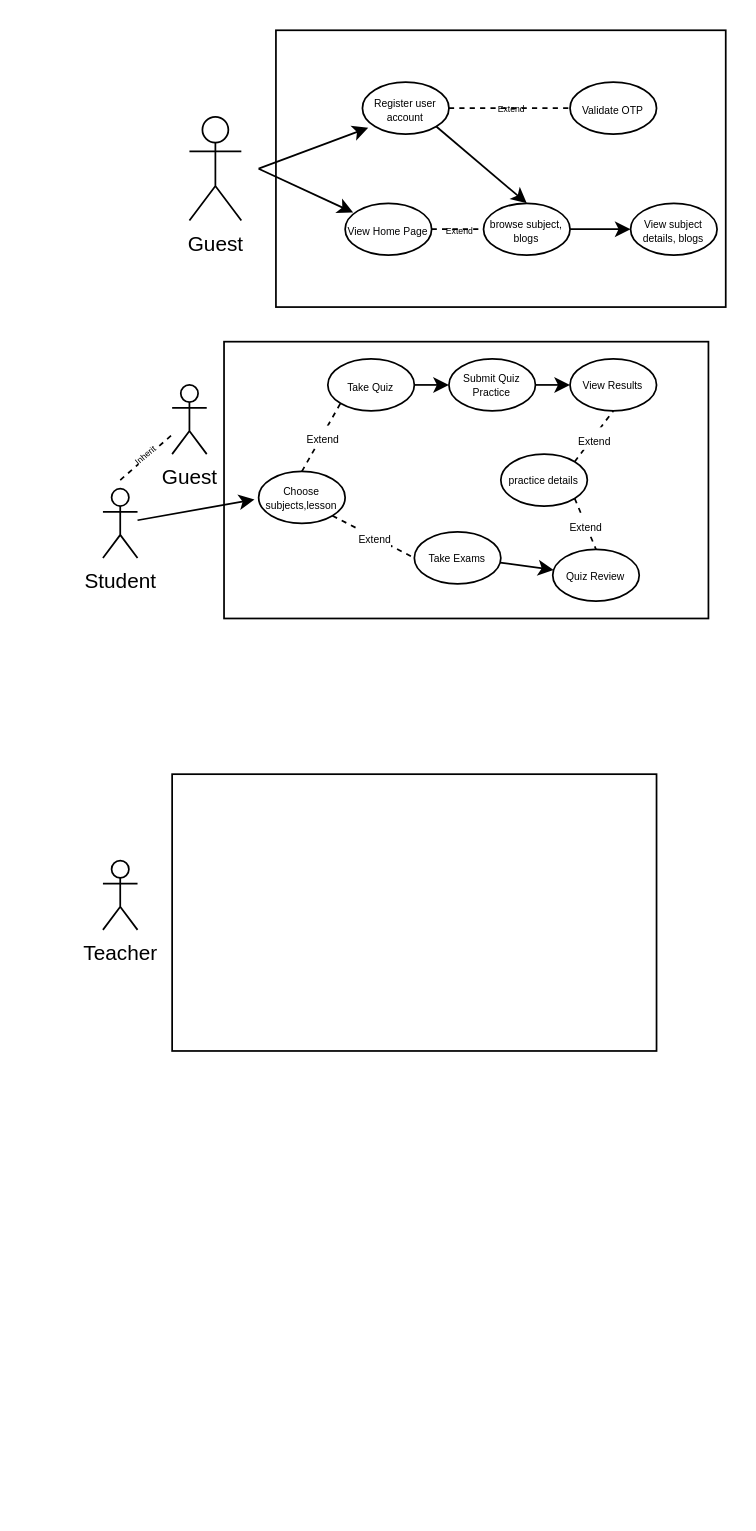
Earlier version of the draw.io diagram Untitled Diagram.drawio (ChelleRech3/Use-case-diagram). Source tidied: cells renumbered, new cells numbered last; positions are measured from the earlier drawing's top-left corner, leaving out a move shared by most shapes. Both pictures are drawn from the tidied source at 173%, with x=0, y=0 at pixel (102, 29).
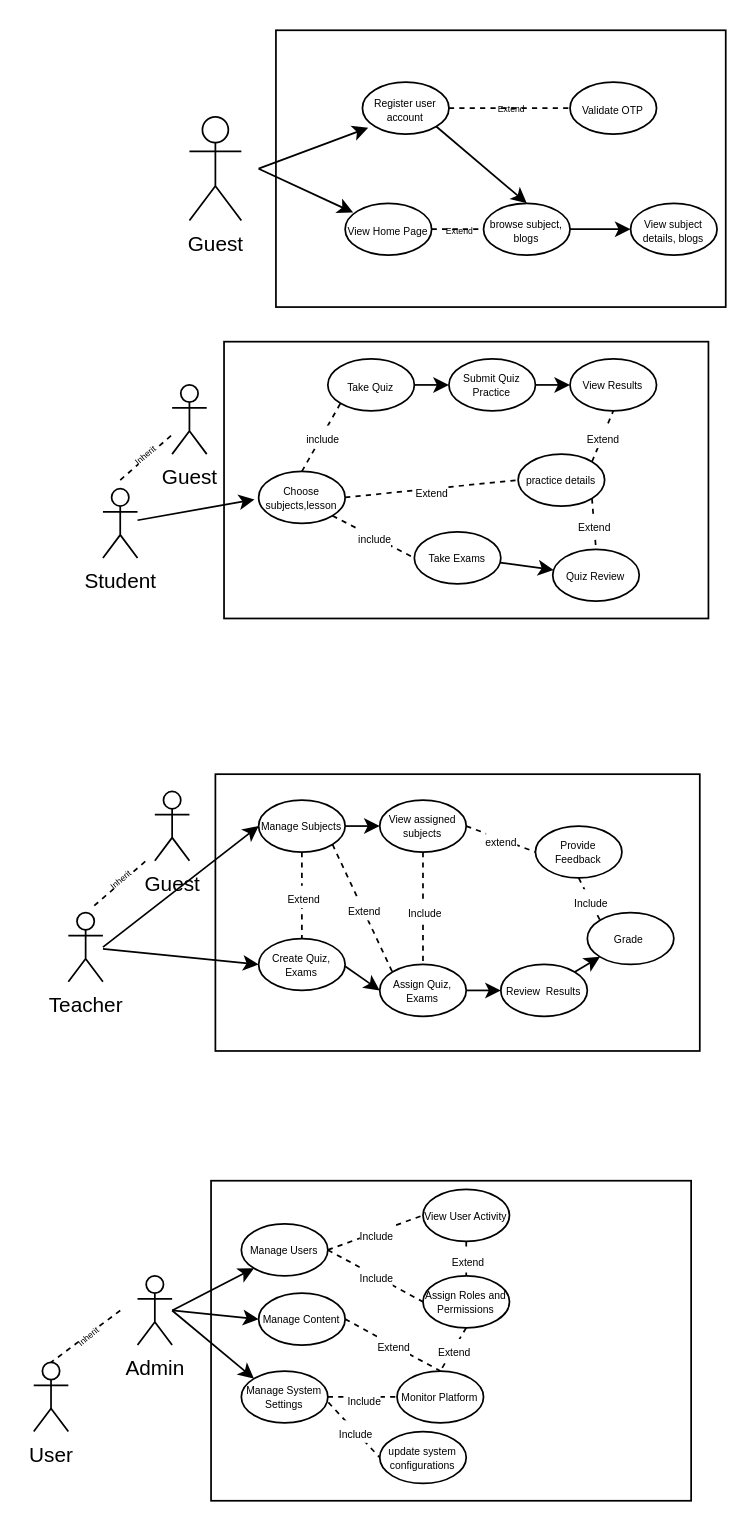
The same diagram, later.

The change refers to these unchanged cells:
```xml
<mxCell id="30" value="&lt;p style=&quot;line-height: 50%;&quot;&gt;&lt;font style=&quot;font-size: 6px;&quot;&gt;Choose subjects,lesson&lt;/font&gt;&lt;/p&gt;" style="ellipse;whiteSpace=wrap;html=1;fontFamily=Helvetica;fontSize=11;fontColor=default;labelBackgroundColor=none;" parent="1" vertex="1">
  <mxGeometry x="90" y="255" width="50" height="30" as="geometry" />
</mxCell>
<mxCell id="34" style="endArrow=none;html=1;rounded=0;strokeColor=default;align=center;verticalAlign=middle;fontFamily=Helvetica;fontSize=11;fontColor=default;labelBackgroundColor=default;jumpSize=31;exitX=0.5;exitY=0;exitDx=0;exitDy=0;entryX=0;entryY=1;entryDx=0;entryDy=0;endFill=0;dashed=1;" parent="1" edge="1" source="30" target="23">
  <mxGeometry relative="1" as="geometry" />
</mxCell>
<mxCell id="36" style="endArrow=none;html=1;rounded=0;strokeColor=default;align=center;verticalAlign=middle;fontFamily=Helvetica;fontSize=11;fontColor=default;labelBackgroundColor=default;jumpSize=31;exitX=1;exitY=1;exitDx=0;exitDy=0;entryX=0;entryY=0.5;entryDx=0;entryDy=0;endFill=0;dashed=1;" parent="1" edge="1" source="30" target="29">
  <mxGeometry relative="1" as="geometry" />
</mxCell>
```

The edit, as a diff of the source:
```diff
@@
     <mxCell id="4" value="Teacher" style="shape=umlActor;verticalLabelPosition=bottom;verticalAlign=top;html=1;" parent="1" vertex="1">
-      <mxGeometry y="480" width="20" height="40" as="geometry" />
+      <mxGeometry x="-20" y="510" width="20" height="40" as="geometry" />
     </mxCell>
@@
     <mxCell id="33" value="&lt;p style=&quot;line-height: 50%;&quot;&gt;&lt;font style=&quot;font-size: 6px;&quot;&gt;practice details&lt;/font&gt;&lt;/p&gt;" style="ellipse;fontFamily=Helvetica;fontSize=11;fontColor=default;labelBackgroundColor=none;html=1;whiteSpace=wrap;" parent="1" vertex="1">
-      <mxGeometry x="230" y="245" width="50" height="30" as="geometry" />
+      <mxGeometry x="240" y="245" width="50" height="30" as="geometry" />
     </mxCell>
@@
-    <mxCell id="35" value="&lt;font style=&quot;font-size: 6px;&quot;&gt;Extend&lt;/font&gt;" style="edgeLabel;html=1;align=center;verticalAlign=middle;fontFamily=Helvetica;fontSize=11;fontColor=default;labelBackgroundColor=default;" parent="34" vertex="1">
+    <mxCell id="35" value="&lt;span style=&quot;font-size: 6px;&quot;&gt;include&lt;/span&gt;" style="edgeLabel;html=1;align=center;verticalAlign=middle;fontFamily=Helvetica;fontSize=11;fontColor=default;labelBackgroundColor=default;" parent="34" vertex="1">
       <mxGeometry relative="1" as="geometry" />
     </mxCell>
@@
-    <mxCell id="37" value="&lt;font style=&quot;font-size: 6px;&quot;&gt;Extend&lt;/font&gt;" style="edgeLabel;html=1;align=center;verticalAlign=middle;fontFamily=Helvetica;fontSize=11;fontColor=default;labelBackgroundColor=default;" parent="36" vertex="1">
+    <mxCell id="37" value="&lt;span style=&quot;font-size: 6px;&quot;&gt;include&lt;/span&gt;" style="edgeLabel;html=1;align=center;verticalAlign=middle;fontFamily=Helvetica;fontSize=11;fontColor=default;labelBackgroundColor=default;" parent="36" vertex="1">
       <mxGeometry relative="1" as="geometry" />
     </mxCell>
@@
     <mxCell id="42" style="rounded=0;whiteSpace=wrap;html=1;fontFamily=Helvetica;fontSize=11;fontColor=default;labelBackgroundColor=default;" parent="1" vertex="1">
-      <mxGeometry x="40" y="430" width="280" height="160" as="geometry" />
+      <mxGeometry x="65" y="430" width="280" height="160" as="geometry" />
     </mxCell>
+    <mxCell id="43" value="&lt;p style=&quot;line-height: 50%;&quot;&gt;&lt;font style=&quot;font-size: 6px;&quot;&gt;View assigned subjects&lt;/font&gt;&lt;/p&gt;" style="ellipse;whiteSpace=wrap;html=1;fontFamily=Helvetica;fontSize=11;fontColor=default;labelBackgroundColor=none;" parent="1" vertex="1">
+      <mxGeometry x="160" y="445" width="50" height="30" as="geometry" />
+    </mxCell>
+    <mxCell id="44" value="&lt;p style=&quot;line-height: 50%;&quot;&gt;&lt;font style=&quot;font-size: 6px;&quot;&gt;Provide Feedback&lt;/font&gt;&lt;/p&gt;" style="ellipse;whiteSpace=wrap;html=1;fontFamily=Helvetica;fontSize=11;fontColor=default;labelBackgroundColor=none;" parent="1" vertex="1">
+      <mxGeometry x="250" y="460" width="50" height="30" as="geometry" />
+    </mxCell>
+    <mxCell id="45" value="&lt;p style=&quot;line-height: 50%;&quot;&gt;&lt;font style=&quot;font-size: 6px;&quot;&gt;Assign Quiz, Exams&lt;/font&gt;&lt;/p&gt;" style="ellipse;whiteSpace=wrap;html=1;fontFamily=Helvetica;fontSize=11;fontColor=default;labelBackgroundColor=none;" parent="1" vertex="1">
+      <mxGeometry x="160" y="540" width="50" height="30" as="geometry" />
+    </mxCell>
+    <mxCell id="46" value="&lt;p style=&quot;line-height: 50%;&quot;&gt;&lt;font style=&quot;font-size: 6px;&quot;&gt;Manage Subjects&lt;/font&gt;&lt;/p&gt;" style="ellipse;whiteSpace=wrap;html=1;fontFamily=Helvetica;fontSize=11;fontColor=default;labelBackgroundColor=none;" parent="1" vertex="1">
+      <mxGeometry x="90" y="445" width="50" height="30" as="geometry" />
+    </mxCell>
+    <mxCell id="47" value="&lt;p style=&quot;line-height: 50%;&quot;&gt;&lt;font style=&quot;font-size: 6px;&quot;&gt;Review&amp;nbsp; Results&lt;/font&gt;&lt;/p&gt;" style="ellipse;whiteSpace=wrap;html=1;fontFamily=Helvetica;fontSize=11;fontColor=default;labelBackgroundColor=none;" parent="1" vertex="1">
+      <mxGeometry x="230" y="540" width="50" height="30" as="geometry" />
+    </mxCell>
+    <mxCell id="48" value="&lt;p style=&quot;line-height: 50%;&quot;&gt;&lt;font style=&quot;font-size: 6px;&quot;&gt;Create Quiz, Exams&lt;/font&gt;&lt;/p&gt;" style="ellipse;whiteSpace=wrap;html=1;fontFamily=Helvetica;fontSize=11;fontColor=default;labelBackgroundColor=none;" parent="1" vertex="1">
+      <mxGeometry x="90" y="525" width="50" height="30" as="geometry" />
+    </mxCell>
+    <mxCell id="49" value="&lt;p style=&quot;line-height: 50%;&quot;&gt;&lt;font style=&quot;font-size: 6px;&quot;&gt;Grade&amp;nbsp;&lt;/font&gt;&lt;/p&gt;" style="ellipse;whiteSpace=wrap;html=1;fontFamily=Helvetica;fontSize=11;fontColor=default;labelBackgroundColor=none;" parent="1" vertex="1">
+      <mxGeometry x="280" y="510" width="50" height="30" as="geometry" />
+    </mxCell>
+    <mxCell id="50" value="Guest&lt;div&gt;&lt;br&gt;&lt;/div&gt;" style="shape=umlActor;verticalLabelPosition=bottom;verticalAlign=top;html=1;" parent="1" vertex="1">
+      <mxGeometry x="30" y="440" width="20" height="40" as="geometry" />
+    </mxCell>
+    <mxCell id="51" style="endArrow=classic;html=1;rounded=0;entryX=0;entryY=0.5;entryDx=0;entryDy=0;" parent="1" edge="1" source="4" target="48">
+      <mxGeometry relative="1" as="geometry" />
+    </mxCell>
+    <mxCell id="52" style="endArrow=none;dashed=1;html=1;rounded=0;strokeColor=default;align=center;verticalAlign=middle;fontFamily=Helvetica;fontSize=11;fontColor=default;labelBackgroundColor=default;jumpSize=31;flowAnimation=0;shadow=0;" parent="1" edge="1">
+      <mxGeometry relative="1" as="geometry">
+        <mxPoint x="-5" y="506" as="sourcePoint" />
+        <mxPoint x="25" y="480" as="targetPoint" />
+      </mxGeometry>
+    </mxCell>
+    <mxCell id="53" value="&lt;p style=&quot;line-height: 50%;&quot;&gt;&lt;font style=&quot;font-size: 5px;&quot;&gt;Inherit&lt;/font&gt;&lt;/p&gt;" style="edgeLabel;html=1;align=center;verticalAlign=middle;fontFamily=Helvetica;fontSize=11;fontColor=default;labelBackgroundColor=default;rotation=-40;" parent="52" vertex="1">
+      <mxGeometry y="2" relative="1" as="geometry" />
+    </mxCell>
+    <mxCell id="54" style="endArrow=classic;html=1;rounded=0;entryX=0;entryY=0.5;entryDx=0;entryDy=0;" parent="1" edge="1" target="46">
+      <mxGeometry relative="1" as="geometry">
+        <mxPoint y="530" as="sourcePoint" />
+      </mxGeometry>
+    </mxCell>
+    <mxCell id="55" style="endArrow=none;html=1;rounded=0;strokeColor=default;align=center;verticalAlign=middle;fontFamily=Helvetica;fontSize=11;fontColor=default;labelBackgroundColor=default;jumpSize=31;exitX=0.5;exitY=1;exitDx=0;exitDy=0;entryX=0.5;entryY=0;entryDx=0;entryDy=0;endFill=0;dashed=1;" parent="1" edge="1" source="46" target="48">
+      <mxGeometry relative="1" as="geometry" />
+    </mxCell>
+    <mxCell id="56" value="&lt;font style=&quot;font-size: 6px;&quot;&gt;Extend&lt;/font&gt;" style="edgeLabel;html=1;align=center;verticalAlign=middle;fontFamily=Helvetica;fontSize=11;fontColor=default;labelBackgroundColor=default;" parent="55" vertex="1">
+      <mxGeometry relative="1" as="geometry" />
+    </mxCell>
+    <mxCell id="57" style="endArrow=classic;html=1;rounded=0;entryX=0;entryY=0.5;entryDx=0;entryDy=0;" parent="1" edge="1" target="45">
+      <mxGeometry relative="1" as="geometry">
+        <mxPoint x="140" y="541" as="sourcePoint" />
+      </mxGeometry>
+    </mxCell>
+    <mxCell id="58" style="endArrow=none;html=1;rounded=0;strokeColor=default;align=center;verticalAlign=middle;fontFamily=Helvetica;fontSize=11;fontColor=default;labelBackgroundColor=default;jumpSize=31;exitX=1;exitY=1;exitDx=0;exitDy=0;entryX=0;entryY=0;entryDx=0;entryDy=0;endFill=0;dashed=1;" parent="1" edge="1" source="46" target="45">
+      <mxGeometry relative="1" as="geometry" />
+    </mxCell>
+    <mxCell id="59" value="&lt;font style=&quot;font-size: 6px;&quot;&gt;Extend&lt;/font&gt;" style="edgeLabel;html=1;align=center;verticalAlign=middle;fontFamily=Helvetica;fontSize=11;fontColor=default;labelBackgroundColor=default;" parent="58" vertex="1">
+      <mxGeometry relative="1" as="geometry" />
+    </mxCell>
+    <mxCell id="60" style="endArrow=classic;html=1;rounded=0;entryX=0;entryY=0.5;entryDx=0;entryDy=0;exitX=1;exitY=0.5;exitDx=0;exitDy=0;" parent="1" edge="1" source="46" target="43">
+      <mxGeometry relative="1" as="geometry" />
+    </mxCell>
+    <mxCell id="61" style="endArrow=classic;html=1;rounded=0;entryX=0;entryY=0.5;entryDx=0;entryDy=0;exitX=1;exitY=0.5;exitDx=0;exitDy=0;" parent="1" edge="1" source="45" target="47">
+      <mxGeometry relative="1" as="geometry" />
+    </mxCell>
+    <mxCell id="62" style="endArrow=classic;html=1;rounded=0;entryX=0;entryY=1;entryDx=0;entryDy=0;exitX=1;exitY=0;exitDx=0;exitDy=0;" parent="1" edge="1" source="47" target="49">
+      <mxGeometry relative="1" as="geometry" />
+    </mxCell>
+    <mxCell id="63" style="endArrow=none;html=1;rounded=0;strokeColor=default;align=center;verticalAlign=middle;fontFamily=Helvetica;fontSize=11;fontColor=default;labelBackgroundColor=default;jumpSize=31;exitX=0.5;exitY=1;exitDx=0;exitDy=0;entryX=0;entryY=0;entryDx=0;entryDy=0;endFill=0;dashed=1;" parent="1" edge="1" source="44" target="49">
+      <mxGeometry relative="1" as="geometry" />
+    </mxCell>
+    <mxCell id="64" value="&lt;span style=&quot;font-size: 6px;&quot;&gt;Include&lt;/span&gt;" style="edgeLabel;html=1;align=center;verticalAlign=middle;fontFamily=Helvetica;fontSize=11;fontColor=default;labelBackgroundColor=default;" parent="63" vertex="1">
+      <mxGeometry relative="1" as="geometry" />
+    </mxCell>
+    <mxCell id="65" style="endArrow=none;html=1;rounded=0;strokeColor=default;align=center;verticalAlign=middle;fontFamily=Helvetica;fontSize=11;fontColor=default;labelBackgroundColor=default;jumpSize=31;exitX=1;exitY=0.5;exitDx=0;exitDy=0;entryX=0;entryY=0.5;entryDx=0;entryDy=0;endFill=0;dashed=1;" parent="1" edge="1" source="43" target="44">
+      <mxGeometry relative="1" as="geometry" />
+    </mxCell>
+    <mxCell id="66" value="&lt;span style=&quot;font-size: 6px;&quot;&gt;extend&lt;/span&gt;" style="edgeLabel;html=1;align=center;verticalAlign=middle;fontFamily=Helvetica;fontSize=11;fontColor=default;labelBackgroundColor=default;" parent="65" vertex="1">
+      <mxGeometry relative="1" as="geometry" />
+    </mxCell>
+    <mxCell id="67" value="Admin&lt;div&gt;&lt;br&gt;&lt;/div&gt;" style="shape=umlActor;verticalLabelPosition=bottom;verticalAlign=top;html=1;" parent="1" vertex="1">
+      <mxGeometry x="20" y="720" width="20" height="40" as="geometry" />
+    </mxCell>
+    <mxCell id="68" style="endArrow=none;html=1;rounded=0;strokeColor=default;align=center;verticalAlign=middle;fontFamily=Helvetica;fontSize=11;fontColor=default;labelBackgroundColor=default;jumpSize=31;entryX=0.5;entryY=0;entryDx=0;entryDy=0;endFill=0;dashed=1;" parent="1" edge="1" source="43" target="45">
+      <mxGeometry relative="1" as="geometry" />
+    </mxCell>
+    <mxCell id="69" value="&lt;span style=&quot;font-size: 6px;&quot;&gt;Include&lt;/span&gt;" style="edgeLabel;html=1;align=center;verticalAlign=middle;fontFamily=Helvetica;fontSize=11;fontColor=default;labelBackgroundColor=default;" parent="68" vertex="1">
+      <mxGeometry relative="1" as="geometry" />
+    </mxCell>
+    <mxCell id="70" style="endArrow=none;html=1;rounded=0;strokeColor=default;align=center;verticalAlign=middle;fontFamily=Helvetica;fontSize=11;fontColor=default;labelBackgroundColor=default;jumpSize=31;exitX=1;exitY=0.5;exitDx=0;exitDy=0;entryX=0;entryY=0.5;entryDx=0;entryDy=0;endFill=0;dashed=1;" parent="1" edge="1" source="30" target="33">
+      <mxGeometry relative="1" as="geometry" />
+    </mxCell>
+    <mxCell id="71" value="&lt;font style=&quot;font-size: 6px;&quot;&gt;Extend&lt;/font&gt;" style="edgeLabel;html=1;align=center;verticalAlign=middle;fontFamily=Helvetica;fontSize=11;fontColor=default;labelBackgroundColor=default;" parent="70" vertex="1">
+      <mxGeometry relative="1" as="geometry" />
+    </mxCell>
+    <mxCell id="72" style="rounded=0;whiteSpace=wrap;html=1;" parent="1" vertex="1">
+      <mxGeometry x="62.5" y="665" width="277.5" height="185" as="geometry" />
+    </mxCell>
+    <mxCell id="73" value="&lt;div&gt;User&lt;/div&gt;" style="shape=umlActor;verticalLabelPosition=bottom;verticalAlign=top;html=1;outlineConnect=0;" parent="1" vertex="1">
+      <mxGeometry x="-40" y="770" width="20" height="40" as="geometry" />
+    </mxCell>
+    <mxCell id="74" style="endArrow=none;dashed=1;html=1;rounded=0;strokeColor=default;align=center;verticalAlign=middle;fontFamily=Helvetica;fontSize=11;fontColor=default;labelBackgroundColor=default;jumpSize=31;flowAnimation=0;shadow=0;entryX=0.5;entryY=0;entryDx=0;entryDy=0;entryPerimeter=0;" parent="1" edge="1" target="73">
+      <mxGeometry relative="1" as="geometry">
+        <mxPoint x="10" y="740" as="sourcePoint" />
+      </mxGeometry>
+    </mxCell>
+    <mxCell id="75" value="&lt;p style=&quot;line-height: 50%;&quot;&gt;&lt;font style=&quot;font-size: 5px;&quot;&gt;Inherit&lt;/font&gt;&lt;/p&gt;" style="edgeLabel;html=1;align=center;verticalAlign=middle;fontFamily=Helvetica;fontSize=11;fontColor=default;labelBackgroundColor=default;rotation=-40;" parent="74" vertex="1">
+      <mxGeometry relative="1" as="geometry" />
+    </mxCell>
+    <mxCell id="76" value="&lt;p style=&quot;line-height: 50%;&quot;&gt;&lt;font style=&quot;font-size: 6px;&quot;&gt;Manage Users&lt;/font&gt;&lt;/p&gt;" style="ellipse;whiteSpace=wrap;html=1;fontFamily=Helvetica;fontSize=11;fontColor=default;labelBackgroundColor=none;" parent="1" vertex="1">
+      <mxGeometry x="80" y="690" width="50" height="30" as="geometry" />
+    </mxCell>
+    <mxCell id="77" value="&lt;p style=&quot;line-height: 50%;&quot;&gt;&lt;font style=&quot;font-size: 6px;&quot;&gt;Assign Roles and Permissions&lt;/font&gt;&lt;/p&gt;" style="ellipse;whiteSpace=wrap;html=1;fontFamily=Helvetica;fontSize=11;fontColor=default;labelBackgroundColor=none;" parent="1" vertex="1">
+      <mxGeometry x="185" y="720" width="50" height="30" as="geometry" />
+    </mxCell>
+    <mxCell id="78" value="&lt;p style=&quot;line-height: 50%;&quot;&gt;&lt;font style=&quot;font-size: 6px;&quot;&gt;Monitor Platform&lt;/font&gt;&lt;/p&gt;" style="ellipse;whiteSpace=wrap;html=1;fontFamily=Helvetica;fontSize=11;fontColor=default;labelBackgroundColor=none;" parent="1" vertex="1">
+      <mxGeometry x="170" y="775" width="50" height="30" as="geometry" />
+    </mxCell>
+    <mxCell id="79" value="&lt;p style=&quot;line-height: 50%;&quot;&gt;&lt;font style=&quot;font-size: 6px;&quot;&gt;View User Activity&lt;/font&gt;&lt;/p&gt;" style="ellipse;whiteSpace=wrap;html=1;fontFamily=Helvetica;fontSize=11;fontColor=default;labelBackgroundColor=none;" parent="1" vertex="1">
+      <mxGeometry x="185" y="670" width="50" height="30" as="geometry" />
+    </mxCell>
+    <mxCell id="80" value="&lt;p style=&quot;line-height: 50%;&quot;&gt;&lt;font style=&quot;font-size: 6px;&quot;&gt;Manage Content&lt;/font&gt;&lt;/p&gt;" style="ellipse;whiteSpace=wrap;html=1;fontFamily=Helvetica;fontSize=11;fontColor=default;labelBackgroundColor=none;" parent="1" vertex="1">
+      <mxGeometry x="90" y="730" width="50" height="30" as="geometry" />
+    </mxCell>
+    <mxCell id="81" value="&lt;p style=&quot;line-height: 50%;&quot;&gt;&lt;font style=&quot;font-size: 6px;&quot;&gt;Manage System Settings&lt;/font&gt;&lt;/p&gt;" style="ellipse;whiteSpace=wrap;html=1;fontFamily=Helvetica;fontSize=11;fontColor=default;labelBackgroundColor=none;" parent="1" vertex="1">
+      <mxGeometry x="80" y="775" width="50" height="30" as="geometry" />
+    </mxCell>
+    <mxCell id="82" style="endArrow=classic;html=1;rounded=0;entryX=0;entryY=1;entryDx=0;entryDy=0;" parent="1" edge="1" target="76">
+      <mxGeometry relative="1" as="geometry">
+        <mxPoint x="40" y="740" as="sourcePoint" />
+      </mxGeometry>
+    </mxCell>
+    <mxCell id="83" style="endArrow=classic;html=1;rounded=0;entryX=0;entryY=0.5;entryDx=0;entryDy=0;" parent="1" edge="1" target="80">
+      <mxGeometry relative="1" as="geometry">
+        <mxPoint x="40" y="740" as="sourcePoint" />
+      </mxGeometry>
+    </mxCell>
+    <mxCell id="84" style="endArrow=classic;html=1;rounded=0;entryX=0;entryY=0;entryDx=0;entryDy=0;" parent="1" edge="1" target="81">
+      <mxGeometry relative="1" as="geometry">
+        <mxPoint x="40" y="740" as="sourcePoint" />
+      </mxGeometry>
+    </mxCell>
+    <mxCell id="85" style="endArrow=none;html=1;rounded=0;strokeColor=default;align=center;verticalAlign=middle;fontFamily=Helvetica;fontSize=11;fontColor=default;labelBackgroundColor=default;jumpSize=31;exitX=1;exitY=0.5;exitDx=0;exitDy=0;entryX=0;entryY=0.5;entryDx=0;entryDy=0;endFill=0;dashed=1;" parent="1" edge="1" source="76" target="79">
+      <mxGeometry relative="1" as="geometry" />
+    </mxCell>
+    <mxCell id="86" value="&lt;span style=&quot;font-size: 6px;&quot;&gt;Include&lt;/span&gt;" style="edgeLabel;html=1;align=center;verticalAlign=middle;fontFamily=Helvetica;fontSize=11;fontColor=default;labelBackgroundColor=default;" parent="85" vertex="1">
+      <mxGeometry relative="1" as="geometry" />
+    </mxCell>
+    <mxCell id="87" style="endArrow=none;html=1;rounded=0;strokeColor=default;align=center;verticalAlign=middle;fontFamily=Helvetica;fontSize=11;fontColor=default;labelBackgroundColor=default;jumpSize=31;exitX=1;exitY=0.5;exitDx=0;exitDy=0;entryX=0;entryY=0.5;entryDx=0;entryDy=0;endFill=0;dashed=1;" parent="1" edge="1" source="76" target="77">
+      <mxGeometry relative="1" as="geometry" />
+    </mxCell>
+    <mxCell id="88" value="&lt;span style=&quot;font-size: 6px;&quot;&gt;Include&lt;/span&gt;" style="edgeLabel;html=1;align=center;verticalAlign=middle;fontFamily=Helvetica;fontSize=11;fontColor=default;labelBackgroundColor=default;" parent="87" vertex="1">
+      <mxGeometry relative="1" as="geometry" />
+    </mxCell>
+    <mxCell id="89" value="&lt;p style=&quot;line-height: 50%;&quot;&gt;&lt;font style=&quot;font-size: 6px;&quot;&gt;update system configurations&lt;/font&gt;&lt;/p&gt;" style="ellipse;whiteSpace=wrap;html=1;fontFamily=Helvetica;fontSize=11;fontColor=default;labelBackgroundColor=none;" parent="1" vertex="1">
+      <mxGeometry x="160" y="810" width="50" height="30" as="geometry" />
+    </mxCell>
+    <mxCell id="90" style="endArrow=none;html=1;rounded=0;strokeColor=default;align=center;verticalAlign=middle;fontFamily=Helvetica;fontSize=11;fontColor=default;labelBackgroundColor=default;jumpSize=31;exitX=1.006;exitY=0.605;exitDx=0;exitDy=0;entryX=0;entryY=0.5;entryDx=0;entryDy=0;endFill=0;dashed=1;exitPerimeter=0;" parent="1" edge="1" source="81" target="89">
+      <mxGeometry relative="1" as="geometry" />
+    </mxCell>
+    <mxCell id="91" value="&lt;span style=&quot;font-size: 6px;&quot;&gt;Include&lt;/span&gt;" style="edgeLabel;html=1;align=center;verticalAlign=middle;fontFamily=Helvetica;fontSize=11;fontColor=default;labelBackgroundColor=default;" parent="90" vertex="1">
+      <mxGeometry relative="1" as="geometry" />
+    </mxCell>
+    <mxCell id="92" style="endArrow=none;html=1;rounded=0;strokeColor=default;align=center;verticalAlign=middle;fontFamily=Helvetica;fontSize=11;fontColor=default;labelBackgroundColor=default;jumpSize=31;exitX=1;exitY=0.5;exitDx=0;exitDy=0;entryX=0;entryY=0.5;entryDx=0;entryDy=0;endFill=0;dashed=1;" parent="1" edge="1" source="81" target="78">
+      <mxGeometry relative="1" as="geometry" />
+    </mxCell>
+    <mxCell id="93" value="&lt;span style=&quot;font-size: 6px;&quot;&gt;Include&lt;/span&gt;" style="edgeLabel;html=1;align=center;verticalAlign=middle;fontFamily=Helvetica;fontSize=11;fontColor=default;labelBackgroundColor=default;" parent="92" vertex="1">
+      <mxGeometry relative="1" as="geometry" />
+    </mxCell>
+    <mxCell id="94" style="endArrow=none;html=1;rounded=0;strokeColor=default;align=center;verticalAlign=middle;fontFamily=Helvetica;fontSize=11;fontColor=default;labelBackgroundColor=default;jumpSize=31;exitX=0.5;exitY=1;exitDx=0;exitDy=0;entryX=0.5;entryY=0;entryDx=0;entryDy=0;endFill=0;dashed=1;" parent="1" edge="1" source="79" target="77">
+      <mxGeometry relative="1" as="geometry" />
+    </mxCell>
+    <mxCell id="95" value="&lt;font style=&quot;font-size: 6px;&quot;&gt;Extend&lt;/font&gt;" style="edgeLabel;html=1;align=center;verticalAlign=middle;fontFamily=Helvetica;fontSize=11;fontColor=default;labelBackgroundColor=default;" parent="94" vertex="1">
+      <mxGeometry relative="1" as="geometry" />
+    </mxCell>
+    <mxCell id="96" style="endArrow=none;html=1;rounded=0;strokeColor=default;align=center;verticalAlign=middle;fontFamily=Helvetica;fontSize=11;fontColor=default;labelBackgroundColor=default;jumpSize=31;exitX=0.5;exitY=1;exitDx=0;exitDy=0;endFill=0;dashed=1;entryX=0.5;entryY=0;entryDx=0;entryDy=0;" parent="1" edge="1" source="77" target="78">
+      <mxGeometry relative="1" as="geometry" />
+    </mxCell>
+    <mxCell id="97" value="&lt;font style=&quot;font-size: 6px;&quot;&gt;Extend&lt;/font&gt;" style="edgeLabel;html=1;align=center;verticalAlign=middle;fontFamily=Helvetica;fontSize=11;fontColor=default;labelBackgroundColor=default;" parent="96" vertex="1">
+      <mxGeometry relative="1" as="geometry" />
+    </mxCell>
+    <mxCell id="98" style="endArrow=none;html=1;rounded=0;strokeColor=default;align=center;verticalAlign=middle;fontFamily=Helvetica;fontSize=11;fontColor=default;labelBackgroundColor=default;jumpSize=31;exitX=1;exitY=0.5;exitDx=0;exitDy=0;entryX=0.5;entryY=0;entryDx=0;entryDy=0;endFill=0;dashed=1;" parent="1" edge="1" source="80" target="78">
+      <mxGeometry relative="1" as="geometry" />
+    </mxCell>
+    <mxCell id="99" value="&lt;font style=&quot;font-size: 6px;&quot;&gt;Extend&lt;/font&gt;" style="edgeLabel;html=1;align=center;verticalAlign=middle;fontFamily=Helvetica;fontSize=11;fontColor=default;labelBackgroundColor=default;" parent="98" vertex="1">
+      <mxGeometry relative="1" as="geometry" />
+    </mxCell>
```
